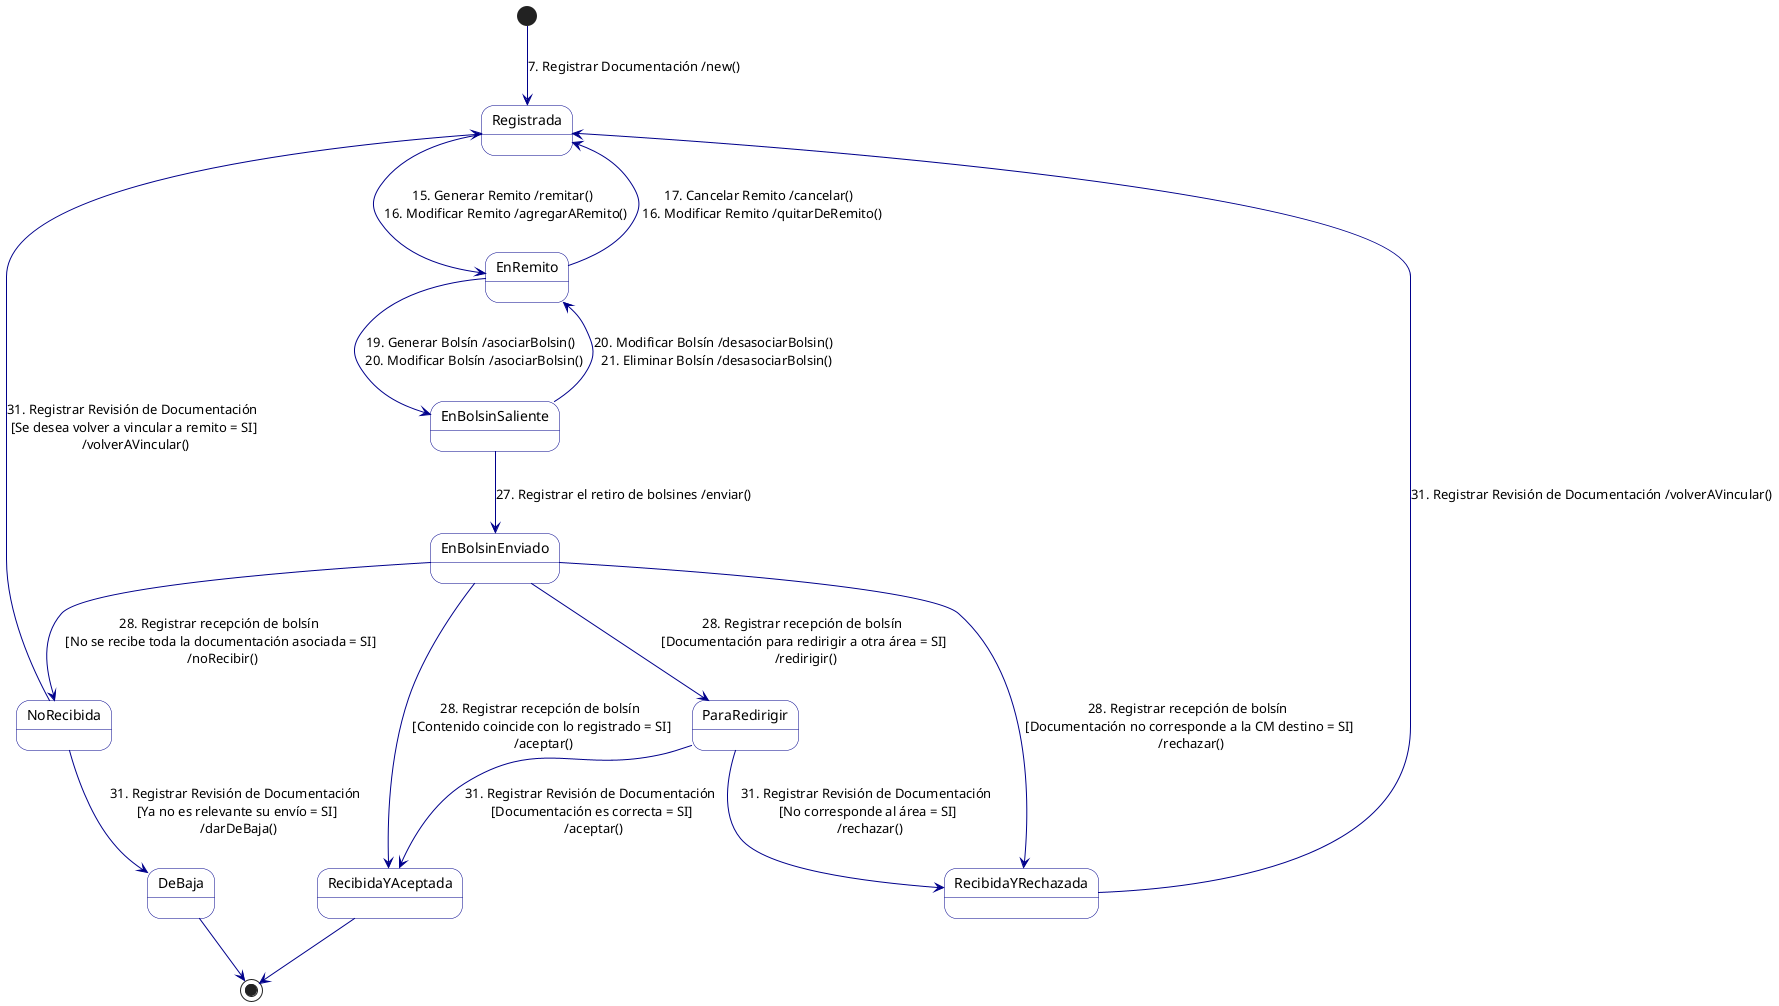
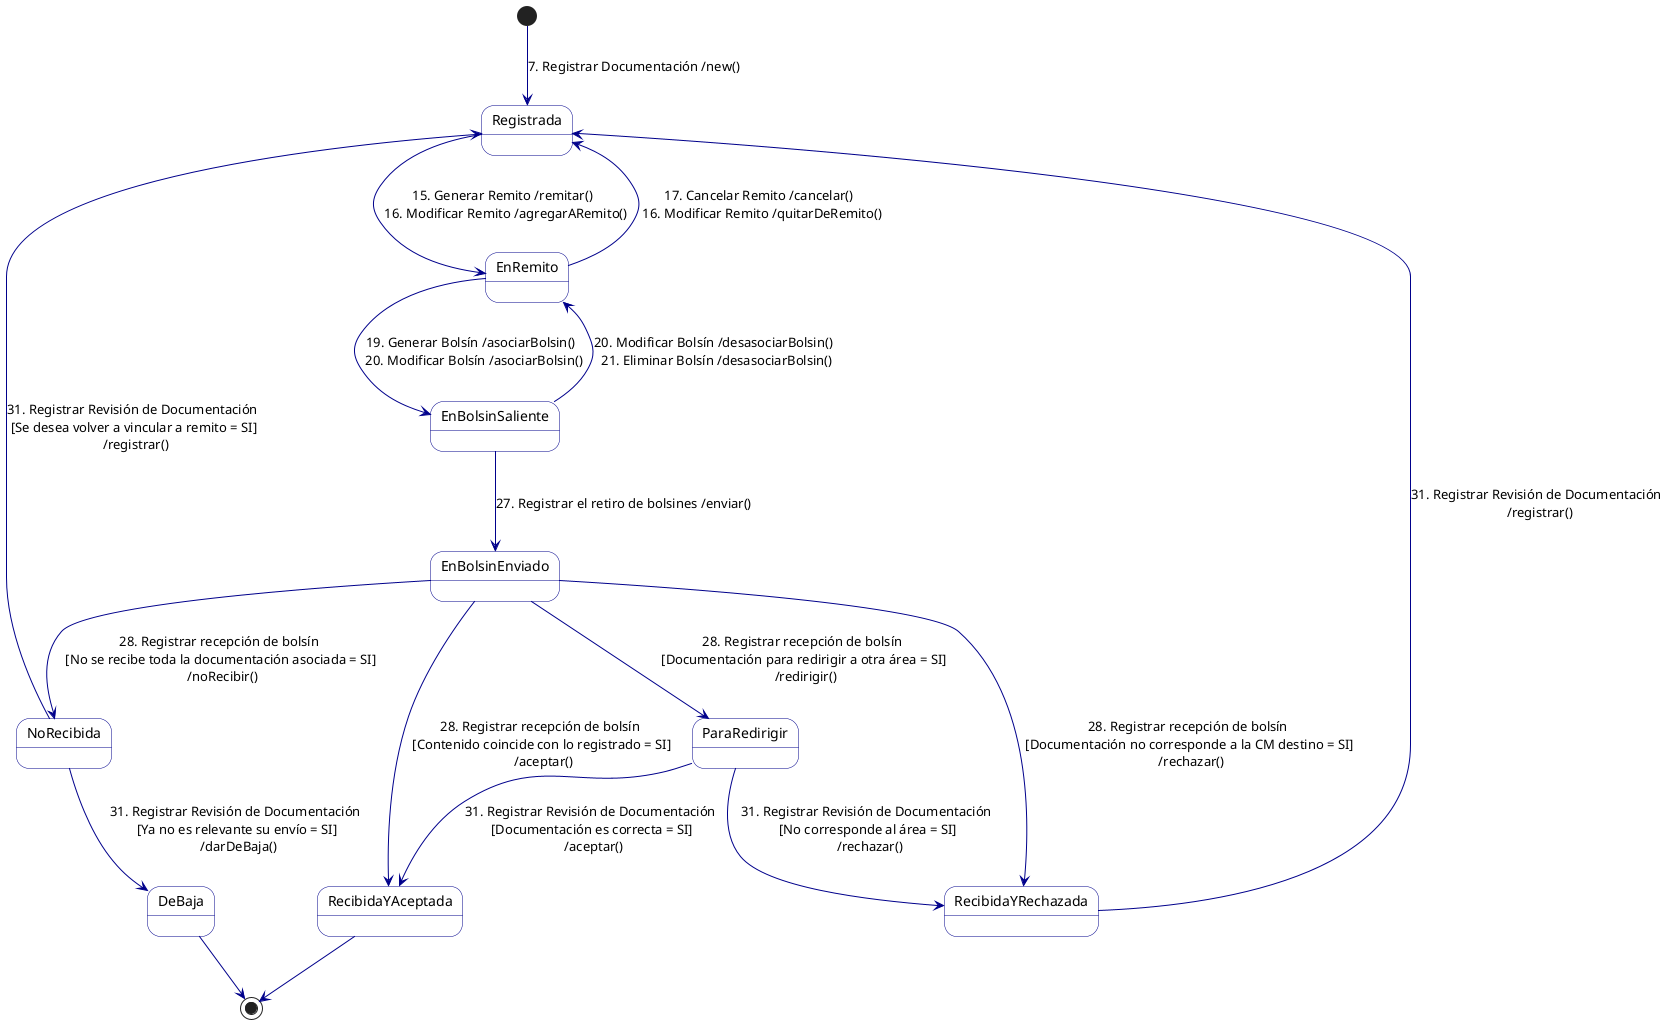
@startuml Maquina de Estados - Documentacion

skinparam stateBorderColor DarkBlue
skinparam stateBackgroundColor White
skinparam arrowColor DarkBlue

' "Al registrar la documentación en el sistema, esta queda en estado registrada." (Regla: Movimiento de la Documentación)
state Registrada

' "luego cuando se la incluye en un remito, pasa al estado En remito." (Regla: Movimiento de la Documentación)
state EnRemito

' "Cuando la documentación incluida en un remito se agrega a un bolsín se actualiza su estado a en bolsín saliente." (Regla: Agregar documentación a un Bolsín)
state EnBolsinSaliente

' "El estado de la documentación incluida en cada remito [pasa] de en bolsín saliente a en bolsín enviado." (Regla: Retiro de un Bolsín)
state EnBolsinEnviado

' "Los remitos y la documentación asociada pasan al estado recibida y aceptada." (Regla: Recepción de un Bolsín en una CM Destino)
state RecibidaYAceptada

' "la documentación que no llegó queda como no recibida." (Regla: Recepción de un Bolsín en una CM Destino)
state NoRecibida

' "la documentación se marca como recibida y rechazada." (Regla: Recepción de un Bolsín en una CM Destino)
state RecibidaYRechazada

' "la documentación se actualiza al estado Para redirigir." (Regla: Recepción de un Bolsín en una CM Destino)
state ParaRedirigir

' UC9: "Dar de baja una documentación validando que no se encuentre en un remito ni incluida en un bolsín." (UC: Eliminar Documentación)
' "También puede darse de baja porque se considera que ya no es relevante su envío." (Regla: Recepción de un Bolsín en una CM Destino)
state DeBaja

' "Al registrar la documentación en el sistema, esta queda en estado registrada." (Regla: Movimiento de la Documentación)
[*] --> Registrada : 7. Registrar Documentación /new()

' "el trabajador de la CM debe generar un remito que contenga el detalle de la documentación... la que debe estar previamente registrada en el sistema." (Sección: Remitos)
' "luego cuando se la incluye en un remito, pasa al estado En remito." (Regla: Movimiento de la Documentación)
Registrada --> EnRemito : 15. Generar Remito /remitar() \n 16. Modificar Remito /agregarARemito()

' UC17: "Un remito puede cancelarse mientras este en estado creado, en este caso la documentación asociada vuelve al estado Registrada." (Regla: Remito por CM)
' UC16: "Al modificar un bolsín, la documentación asociada a los remitos que se quitan del bolsín pasa a estado en remito." (Regla: Movimiento de la Documentación)
EnRemito --> Registrada : 17. Cancelar Remito /cancelar() \n 16. Modificar Remito /quitarDeRemito()

' "Cuando la documentación incluida en un remito se agrega a un bolsín se actualiza su estado a en bolsín saliente." (Regla: Agregar documentación a un Bolsín)
EnRemito --> EnBolsinSaliente : 19. Generar Bolsín /asociarBolsin() \n 20. Modificar Bolsín /asociarBolsin()

' UC20: "Al modificar un bolsín, la documentación asociada a los remitos que se quitan del bolsín pasa a estado en remito." (Regla: Movimiento de la Documentación)
' UC21: "Al eliminar un bolsín, la documentación asociada a los remitos que contiene pasa al estado en remito." (Regla: Movimiento de la Documentación)
EnBolsinSaliente --> EnRemito : 20. Modificar Bolsín /desasociarBolsin() \n 21. Eliminar Bolsín /desasociarBolsin()

' "Cuando el correo retira el bolsín de la CM se actualizará... El estado de la documentación incluida en cada remito de en bolsín saliente a en bolsín enviado." (Regla: Retiro de un Bolsín)
EnBolsinSaliente --> EnBolsinEnviado : 27. Registrar el retiro de bolsines /enviar()

' "El contenido del bolsín es igual al registrado: Los remitos y la documentación asociada pasan al estado recibida y aceptada." (Regla: Recepción de un Bolsín en una CM Destino)
EnBolsinEnviado --> RecibidaYAceptada : 28. Registrar recepción de bolsín \n [Contenido coincide con lo registrado = SI] \n /aceptar()

' "No se recibe toda la documentación asociada a los remitos que contiene el bolsín: la documentación que no llegó queda como no recibida." (Regla: Recepción de un Bolsín en una CM Destino)
EnBolsinEnviado --> NoRecibida : 28. Registrar recepción de bolsín \n [No se recibe toda la documentación asociada = SI] \n /noRecibir()

' "Documentación que no corresponde a la CM destino: la documentación se marca como recibida y rechazada." (Regla: Recepción de un Bolsín en una CM Destino)
EnBolsinEnviado --> RecibidaYRechazada : 28. Registrar recepción de bolsín \n [Documentación no corresponde a la CM destino = SI] \n /rechazar()

' "Ocurre cuando la CM destino es la CMC que recibe documentación que debe ser enviada a un área dentro de la sede central. En este caso la documentación se actualiza al estado Para redirigir." (Regla: Recepción de un Bolsín en una CM Destino)
EnBolsinEnviado --> ParaRedirigir : 28. Registrar recepción de bolsín \n [Documentación para redirigir a otra área = SI] \n /redirigir()

' "Cuando el área dentro de la CMC recibe la documentación verifica si es correcta. Si es así, la marca como recibida y aceptada." (Regla: Documentación para redirigir)
ParaRedirigir --> RecibidaYAceptada : 31. Registrar Revisión de Documentación \n [Documentación es correcta = SI] \n /aceptar()

' "De lo contrario, si no corresponde al área, se marca como recibida y rechazada." (Regla: Documentación para redirigir)
ParaRedirigir --> RecibidaYRechazada : 31. Registrar Revisión de Documentación \n [No corresponde al área = SI] \n /rechazar()

' "Se notifica a la CM origen para que la documentación vuelva al estado registrada, y pueda vincularse nuevamente a un remito." (Regla: Recepción de un Bolsín en una CM Destino)
- NoRecibida --> Registrada : 31. Registrar Revisión de Documentación \n [Se desea volver a vincular a remito = SI] \n /volverAVincular()
+ NoRecibida --> Registrada : 31. Registrar Revisión de Documentación \n [Se desea volver a vincular a remito = SI] \n /registrar()

' "También puede darse de baja porque se considera que ya no es relevante su envío." (Regla: Recepción de un Bolsín en una CM Destino)
NoRecibida --> DeBaja : 31. Registrar Revisión de Documentación \n [Ya no es relevante su envío = SI] \n /darDeBaja()

' "Esta documentación debe ser enviada de vuelta al origen, para poder asociarse a un nuevo remito para enviarse a la CM correcta." (Regla: Recepción de un Bolsín en una CM Destino)
- RecibidaYRechazada --> Registrada : 31. Registrar Revisión de Documentación /volverAVincular()
+ RecibidaYRechazada --> Registrada : 31. Registrar Revisión de Documentación \n /registrar()

RecibidaYAceptada --> [*]
DeBaja --> [*]

@enduml
